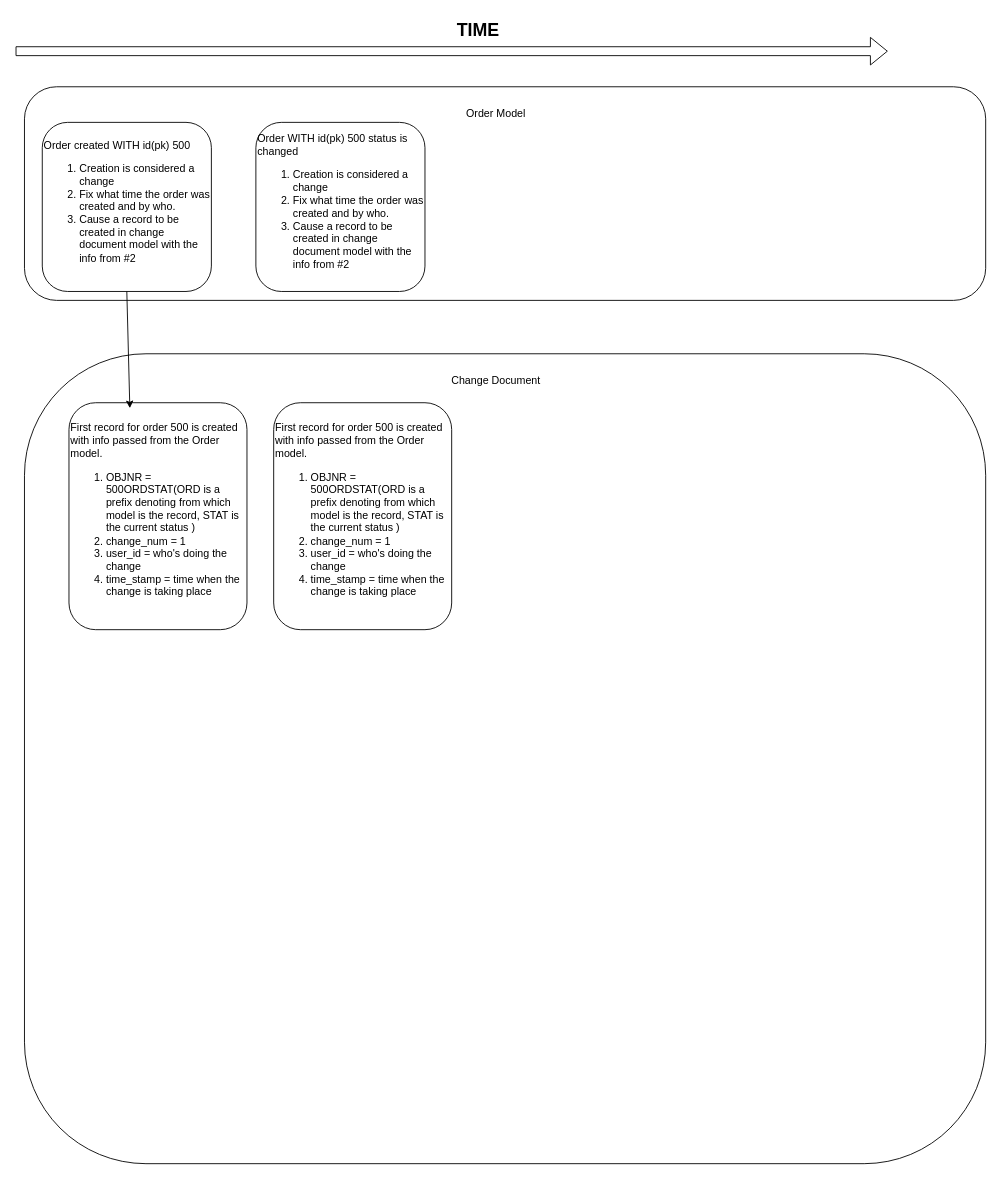
Dan-KW/DRAW keeps this draw.io diagram as Диаграмма без названия.drawio. Above is the earlier version. Source tidied: cells renumbered, new cells numbered last; positions are measured from the earlier drawing's top-left corner, leaving out a move shared by most shapes. Both pictures are drawn from the tidied source at 89%, with x=0, y=0 at pixel (15, 15).
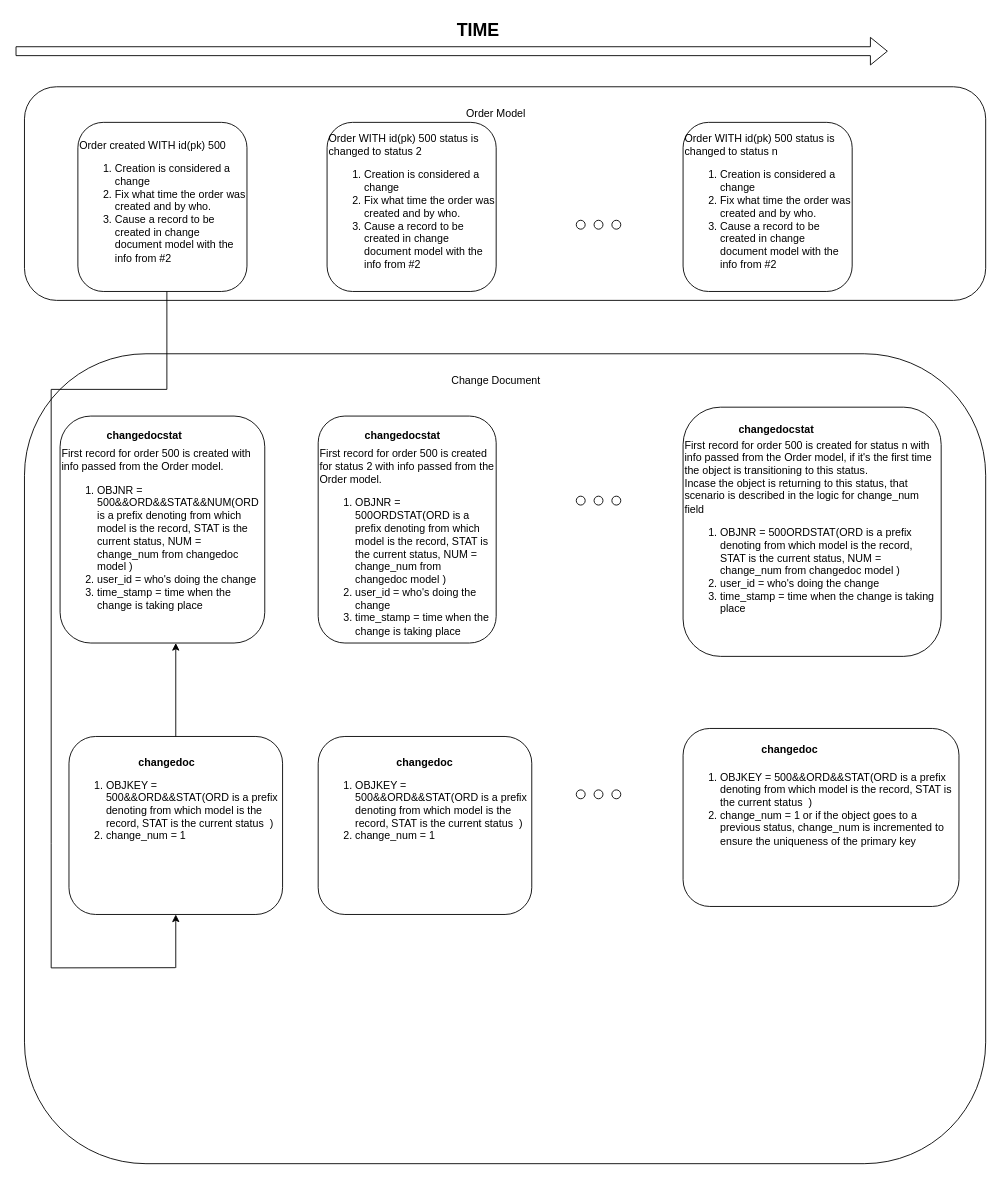
The same diagram, later.

Diff of the diagram source:
```diff
@@
     <mxCell id="3" value="Order created WITH id(pk) 500&lt;br&gt;&lt;ol&gt;&lt;li&gt;&lt;span style=&quot;background-color: initial;&quot;&gt;Creation is considered a change&lt;/span&gt;&lt;/li&gt;&lt;li&gt;&lt;span style=&quot;background-color: initial;&quot;&gt;Fix what time the order was created and by who.&lt;/span&gt;&lt;/li&gt;&lt;li&gt;&lt;span style=&quot;background-color: initial;&quot;&gt;Cause a record to be created in change document model with the info from #2&lt;/span&gt;&lt;/li&gt;&lt;/ol&gt;" style="rounded=1;whiteSpace=wrap;html=1;align=left;" parent="1" vertex="1">
-      <mxGeometry x="30" y="120" width="190" height="190" as="geometry" />
+      <mxGeometry x="70" y="120" width="190" height="190" as="geometry" />
     </mxCell>
@@
-    <mxCell id="7" style="rounded=1;whiteSpace=wrap;html=1;" parent="1" vertex="1">
+    <mxCell id="7" style="rounded=1;whiteSpace=wrap;html=1;verticalAlign=top;" parent="1" vertex="1">
       <mxGeometry x="10" y="380" width="1080" height="910" as="geometry" />
     </mxCell>
@@
-    <mxCell id="9" value="&lt;br&gt;First record for order 500 is created with info passed from the Order model.&lt;br&gt;&lt;ol&gt;&lt;li&gt;OBJNR = 500ORDSTAT(ORD is a prefix denoting from which model is the record, STAT is the current status )&lt;/li&gt;&lt;li&gt;change_num = 1&lt;/li&gt;&lt;li&gt;user_id = who's doing the change&lt;/li&gt;&lt;li&gt;time_stamp = time when the change is taking place&amp;nbsp;&lt;/li&gt;&lt;/ol&gt;" style="rounded=1;whiteSpace=wrap;html=1;align=left;verticalAlign=top;" parent="1" vertex="1">
-      <mxGeometry x="60" y="435" width="200" height="255" as="geometry" />
+    <mxCell id="9" value="&lt;br&gt;&lt;br&gt;First record for order 500 is created with info passed from the Order model.&lt;br&gt;&lt;ol&gt;&lt;li&gt;OBJNR = 500&amp;amp;&amp;amp;ORD&amp;amp;&amp;amp;STAT&amp;amp;&amp;amp;NUM(ORD is a prefix denoting from which model is the record, STAT is the current status, NUM = change_num from changedoc model )&lt;/li&gt;&lt;li&gt;user_id = who's doing the change&lt;/li&gt;&lt;li&gt;time_stamp = time when the change is taking place&amp;nbsp;&lt;/li&gt;&lt;/ol&gt;" style="rounded=1;whiteSpace=wrap;html=1;align=left;verticalAlign=top;" parent="1" vertex="1">
+      <mxGeometry x="50" y="450" width="230" height="255" as="geometry" />
     </mxCell>
-    <mxCell id="10" style="endArrow=classic;html=1;rounded=0;exitX=0.5;exitY=1;exitDx=0;exitDy=0;entryX=0.342;entryY=0.024;entryDx=0;entryDy=0;entryPerimeter=0;" parent="1" edge="1" source="3" target="9">
-      <mxGeometry relative="1" as="geometry" />
-    </mxCell>
-    <mxCell id="11" value="Order WITH id(pk) 500 status is changed&lt;br&gt;&lt;ol&gt;&lt;li&gt;&lt;span style=&quot;background-color: initial;&quot;&gt;Creation is considered a change&lt;/span&gt;&lt;/li&gt;&lt;li&gt;&lt;span style=&quot;background-color: initial;&quot;&gt;Fix what time the order was created and by who.&lt;/span&gt;&lt;/li&gt;&lt;li&gt;&lt;span style=&quot;background-color: initial;&quot;&gt;Cause a record to be created in change document model with the info from #2&lt;/span&gt;&lt;/li&gt;&lt;/ol&gt;" style="rounded=1;whiteSpace=wrap;html=1;align=left;" parent="1" vertex="1">
-      <mxGeometry x="270" y="120" width="190" height="190" as="geometry" />
+    <mxCell id="11" value="Order WITH id(pk) 500 status is changed to status 2&lt;br&gt;&lt;ol&gt;&lt;li&gt;&lt;span style=&quot;background-color: initial;&quot;&gt;Creation is considered a change&lt;/span&gt;&lt;/li&gt;&lt;li&gt;&lt;span style=&quot;background-color: initial;&quot;&gt;Fix what time the order was created and by who.&lt;/span&gt;&lt;/li&gt;&lt;li&gt;&lt;span style=&quot;background-color: initial;&quot;&gt;Cause a record to be created in change document model with the info from #2&lt;/span&gt;&lt;/li&gt;&lt;/ol&gt;" style="rounded=1;whiteSpace=wrap;html=1;align=left;" parent="1" vertex="1">
+      <mxGeometry x="350" y="120" width="190" height="190" as="geometry" />
     </mxCell>
-    <mxCell id="12" value="&lt;br&gt;First record for order 500 is created with info passed from the Order model.&lt;br&gt;&lt;ol&gt;&lt;li&gt;OBJNR = 500ORDSTAT(ORD is a prefix denoting from which model is the record, STAT is the current status )&lt;/li&gt;&lt;li&gt;change_num = 1&lt;/li&gt;&lt;li&gt;user_id = who's doing the change&lt;/li&gt;&lt;li&gt;time_stamp = time when the change is taking place&amp;nbsp;&lt;/li&gt;&lt;/ol&gt;" style="rounded=1;whiteSpace=wrap;html=1;align=left;verticalAlign=top;" parent="1" vertex="1">
-      <mxGeometry x="290" y="435" width="200" height="255" as="geometry" />
+    <mxCell id="12" value="&lt;br&gt;&lt;br&gt;First record for order 500 is created for status 2 with info passed from the Order model.&lt;br&gt;&lt;ol&gt;&lt;li&gt;OBJNR = 500ORDSTAT(ORD is a prefix denoting from which model is the record, STAT is the current status, NUM = change_num from changedoc model )&lt;/li&gt;&lt;li&gt;&lt;span style=&quot;background-color: initial;&quot;&gt;user_id = who's doing the change&lt;/span&gt;&lt;br&gt;&lt;/li&gt;&lt;li&gt;time_stamp = time when the change is taking place&amp;nbsp;&lt;/li&gt;&lt;/ol&gt;" style="rounded=1;whiteSpace=wrap;html=1;align=left;verticalAlign=top;" parent="1" vertex="1">
+      <mxGeometry x="340" y="450" width="200" height="255" as="geometry" />
     </mxCell>
+    <mxCell id="13" value="&lt;br&gt;&lt;br&gt;&lt;ol style=&quot;border-color: var(--border-color);&quot;&gt;&lt;li style=&quot;border-color: var(--border-color);&quot;&gt;OBJKEY = 500&amp;amp;&amp;amp;ORD&amp;amp;&amp;amp;STAT(ORD is a prefix denoting from which model is the record, STAT is the current status&amp;nbsp; )&lt;/li&gt;&lt;li style=&quot;border-color: var(--border-color);&quot;&gt;change_num = 1&lt;/li&gt;&lt;/ol&gt;" style="rounded=1;whiteSpace=wrap;html=1;verticalAlign=top;align=left;" parent="1" vertex="1">
+      <mxGeometry x="60" y="810" width="240" height="200" as="geometry" />
+    </mxCell>
+    <mxCell id="14" value="&lt;b&gt;changedoc&lt;/b&gt;" style="text;html=1;strokeColor=none;fillColor=none;align=center;verticalAlign=middle;whiteSpace=wrap;rounded=0;" parent="1" vertex="1">
+      <mxGeometry x="140" y="825" width="60" height="30" as="geometry" />
+    </mxCell>
+    <mxCell id="15" value="&lt;b&gt;changedocstat&lt;/b&gt;" style="text;html=1;strokeColor=none;fillColor=none;align=center;verticalAlign=middle;whiteSpace=wrap;rounded=0;" parent="1" vertex="1">
+      <mxGeometry x="100" y="457" width="90" height="30" as="geometry" />
+    </mxCell>
+    <mxCell id="16" value="&lt;b&gt;changedocstat&lt;/b&gt;" style="text;html=1;strokeColor=none;fillColor=none;align=center;verticalAlign=middle;whiteSpace=wrap;rounded=0;" parent="1" vertex="1">
+      <mxGeometry x="390" y="457" width="90" height="30" as="geometry" />
+    </mxCell>
+    <mxCell id="17" value="&lt;br&gt;&lt;br&gt;&lt;ol style=&quot;border-color: var(--border-color);&quot;&gt;&lt;li style=&quot;border-color: var(--border-color);&quot;&gt;OBJKEY = 500&amp;amp;&amp;amp;ORD&amp;amp;&amp;amp;STAT(ORD is a prefix denoting from which model is the record, STAT is the current status&amp;nbsp; )&lt;/li&gt;&lt;li style=&quot;border-color: var(--border-color);&quot;&gt;change_num = 1&lt;/li&gt;&lt;/ol&gt;" style="rounded=1;whiteSpace=wrap;html=1;verticalAlign=top;align=left;" parent="1" vertex="1">
+      <mxGeometry x="340" y="810" width="240" height="200" as="geometry" />
+    </mxCell>
+    <mxCell id="18" style="endArrow=classic;html=1;rounded=0;exitX=0.5;exitY=0;exitDx=0;exitDy=0;" parent="1" edge="1" source="13">
+      <mxGeometry relative="1" as="geometry">
+        <mxPoint x="180" y="705" as="targetPoint" />
+      </mxGeometry>
+    </mxCell>
+    <mxCell id="19" style="endArrow=none;html=1;rounded=0;exitX=0.157;exitY=0.758;exitDx=0;exitDy=0;exitPerimeter=0;" parent="1" edge="1" source="7">
+      <mxGeometry relative="1" as="geometry">
+        <mxPoint x="170" y="310" as="targetPoint" />
+        <Array as="points">
+          <mxPoint x="40" y="1070" />
+          <mxPoint x="40" y="930" />
+          <mxPoint x="40" y="420" />
+          <mxPoint x="170" y="420" />
+        </Array>
+      </mxGeometry>
+    </mxCell>
+    <mxCell id="20" style="ellipse;whiteSpace=wrap;html=1;" parent="1" vertex="1">
+      <mxGeometry x="630" y="230" width="10" height="10" as="geometry" />
+    </mxCell>
+    <mxCell id="21" style="ellipse;whiteSpace=wrap;html=1;" parent="1" vertex="1">
+      <mxGeometry x="650" y="230" width="10" height="10" as="geometry" />
+    </mxCell>
+    <mxCell id="22" style="ellipse;whiteSpace=wrap;html=1;" parent="1" vertex="1">
+      <mxGeometry x="670" y="230" width="10" height="10" as="geometry" />
+    </mxCell>
+    <mxCell id="23" style="ellipse;whiteSpace=wrap;html=1;" parent="1" vertex="1">
+      <mxGeometry x="630" y="540" width="10" height="10" as="geometry" />
+    </mxCell>
+    <mxCell id="24" style="ellipse;whiteSpace=wrap;html=1;" parent="1" vertex="1">
+      <mxGeometry x="670" y="540" width="10" height="10" as="geometry" />
+    </mxCell>
+    <mxCell id="25" style="ellipse;whiteSpace=wrap;html=1;" parent="1" vertex="1">
+      <mxGeometry x="650" y="540" width="10" height="10" as="geometry" />
+    </mxCell>
+    <mxCell id="26" style="ellipse;whiteSpace=wrap;html=1;" parent="1" vertex="1">
+      <mxGeometry x="630" y="870" width="10" height="10" as="geometry" />
+    </mxCell>
+    <mxCell id="27" style="ellipse;whiteSpace=wrap;html=1;labelBackgroundColor=#000000;" parent="1" vertex="1">
+      <mxGeometry x="670" y="870" width="10" height="10" as="geometry" />
+    </mxCell>
+    <mxCell id="28" style="ellipse;whiteSpace=wrap;html=1;" parent="1" vertex="1">
+      <mxGeometry x="650" y="870" width="10" height="10" as="geometry" />
+    </mxCell>
+    <mxCell id="29" value="Order WITH id(pk) 500 status is changed to status n&lt;br&gt;&lt;ol&gt;&lt;li&gt;&lt;span style=&quot;background-color: initial;&quot;&gt;Creation is considered a change&lt;/span&gt;&lt;/li&gt;&lt;li&gt;&lt;span style=&quot;background-color: initial;&quot;&gt;Fix what time the order was created and by who.&lt;/span&gt;&lt;/li&gt;&lt;li&gt;&lt;span style=&quot;background-color: initial;&quot;&gt;Cause a record to be created in change document model with the info from #2&lt;/span&gt;&lt;/li&gt;&lt;/ol&gt;" style="rounded=1;whiteSpace=wrap;html=1;align=left;" parent="1" vertex="1">
+      <mxGeometry x="750" y="120" width="190" height="190" as="geometry" />
+    </mxCell>
+    <mxCell id="30" value="&lt;br&gt;&lt;br&gt;First record for order 500 is created for status n with info passed from the Order model, if it's the first time the object is transitioning to this status.&amp;nbsp;&lt;br&gt;Incase the object is returning to this status, that scenario is described in the logic for change_num field&lt;br&gt;&lt;ol&gt;&lt;li&gt;OBJNR = 500ORDSTAT(ORD is a prefix denoting from which model is the record, STAT is the current status, NUM = change_num from changedoc model )&lt;/li&gt;&lt;li&gt;&lt;span style=&quot;background-color: initial;&quot;&gt;user_id = who's doing the change&lt;/span&gt;&lt;br&gt;&lt;/li&gt;&lt;li&gt;time_stamp = time when the change is taking place&amp;nbsp;&lt;/li&gt;&lt;/ol&gt;" style="rounded=1;whiteSpace=wrap;html=1;align=left;verticalAlign=top;" parent="1" vertex="1">
+      <mxGeometry x="750" y="440" width="290" height="280" as="geometry" />
+    </mxCell>
+    <mxCell id="31" value="&lt;br&gt;&lt;br&gt;&lt;ol style=&quot;border-color: var(--border-color);&quot;&gt;&lt;li style=&quot;border-color: var(--border-color);&quot;&gt;OBJKEY = 500&amp;amp;&amp;amp;ORD&amp;amp;&amp;amp;STAT(ORD is a prefix denoting from which model is the record, STAT is the current status&amp;nbsp; )&lt;/li&gt;&lt;li style=&quot;border-color: var(--border-color);&quot;&gt;change_num = 1 or if the object goes to a previous status, change_num is incremented to ensure the uniqueness of the primary key&lt;/li&gt;&lt;/ol&gt;" style="rounded=1;whiteSpace=wrap;html=1;verticalAlign=top;align=left;" parent="1" vertex="1">
+      <mxGeometry x="750" y="801" width="310" height="200" as="geometry" />
+    </mxCell>
+    <mxCell id="32" value="&lt;b&gt;changedoc&lt;/b&gt;" style="text;html=1;strokeColor=none;fillColor=none;align=center;verticalAlign=middle;whiteSpace=wrap;rounded=0;" parent="1" vertex="1">
+      <mxGeometry x="430" y="825" width="60" height="30" as="geometry" />
+    </mxCell>
+    <mxCell id="33" value="&lt;b&gt;changedoc&lt;/b&gt;" style="text;html=1;strokeColor=none;fillColor=none;align=center;verticalAlign=middle;whiteSpace=wrap;rounded=0;" parent="1" vertex="1">
+      <mxGeometry x="840" y="810" width="60" height="30" as="geometry" />
+    </mxCell>
+    <mxCell id="34" value="&lt;b&gt;changedocstat&lt;/b&gt;" style="text;html=1;strokeColor=none;fillColor=none;align=center;verticalAlign=middle;whiteSpace=wrap;rounded=0;" parent="1" vertex="1">
+      <mxGeometry x="810" y="450" width="90" height="30" as="geometry" />
+    </mxCell>
+    <mxCell id="35" style="endArrow=classic;html=1;rounded=0;" parent="1" edge="1">
+      <mxGeometry relative="1" as="geometry">
+        <mxPoint x="180" y="1070" as="sourcePoint" />
+        <mxPoint x="180" y="1010" as="targetPoint" />
+      </mxGeometry>
+    </mxCell>
```
